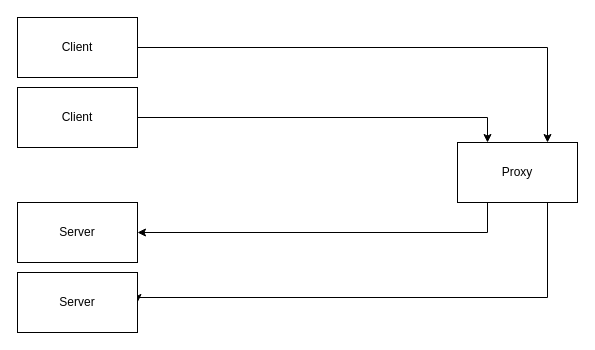
Earlier version of the draw.io diagram page "proxy-bad-placement" (2 of 6) of blog/raw/kube-proxy-without-k8s/assets/diagrams.drawio (DavidVentura/blog). Source tidied: cells renumbered, new cells numbered last; positions are measured from the earlier drawing's top-left corner, leaving out a move shared by most shapes. Both pictures are drawn from the tidied source at 100%, with x=0, y=0 at pixel (17, 17).
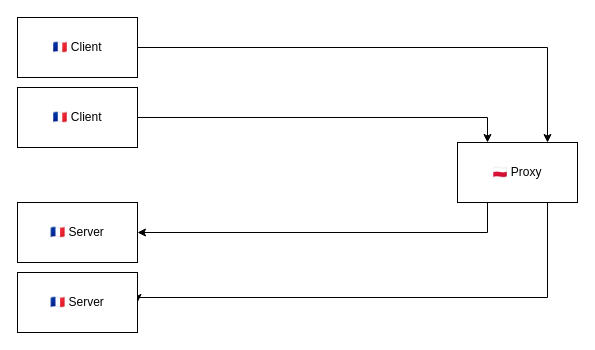
After the change.

What changed in the source:
```diff
@@
 <mxGraphModel>
   <root>
     <mxCell id="0" />
     <mxCell id="1" parent="0" />
     <mxCell id="2" style="edgeStyle=orthogonalEdgeStyle;rounded=0;jettySize=auto;html=1;entryX=1;entryY=0.5;entryDx=0;entryDy=0;exitX=0.25;exitY=1;exitDx=0;exitDy=0;" parent="1" edge="1" source="4" target="9">
       <mxGeometry relative="1" as="geometry" />
     </mxCell>
     <mxCell id="3" style="edgeStyle=orthogonalEdgeStyle;rounded=0;jettySize=auto;html=1;entryX=1;entryY=0.5;entryDx=0;entryDy=0;" parent="1" edge="1" source="4" target="6">
       <mxGeometry relative="1" as="geometry">
         <Array as="points">
           <mxPoint x="530" y="280" />
           <mxPoint x="120" y="280" />
         </Array>
       </mxGeometry>
     </mxCell>
-    <mxCell id="4" value="Proxy" style="rounded=0;whiteSpace=wrap;html=1;" parent="1" vertex="1">
+    <mxCell id="4" value="🇵🇱 Proxy" style="rounded=0;whiteSpace=wrap;html=1;" parent="1" vertex="1">
       <mxGeometry x="440" y="125" width="120" height="60" as="geometry" />
     </mxCell>
     <mxCell id="5" style="group;" parent="1" vertex="1">
       <mxGeometry y="20" width="120" height="270" as="geometry" />
     </mxCell>
-    <mxCell id="6" value="Server" style="rounded=0;whiteSpace=wrap;html=1;" parent="5" vertex="1">
+    <mxCell id="6" value="🇫🇷 Server" style="rounded=0;whiteSpace=wrap;html=1;" parent="5" vertex="1">
       <mxGeometry y="235" width="120" height="60" as="geometry" />
     </mxCell>
-    <mxCell id="7" value="Client" style="rounded=0;whiteSpace=wrap;html=1;" parent="5" vertex="1">
+    <mxCell id="7" value="🇫🇷 Client" style="rounded=0;whiteSpace=wrap;html=1;" parent="5" vertex="1">
       <mxGeometry y="50" width="120" height="60" as="geometry" />
     </mxCell>
-    <mxCell id="8" value="Client" style="rounded=0;whiteSpace=wrap;html=1;" parent="5" vertex="1">
+    <mxCell id="8" value="🇫🇷 Client" style="rounded=0;whiteSpace=wrap;html=1;" parent="5" vertex="1">
       <mxGeometry y="-20" width="120" height="60" as="geometry" />
     </mxCell>
-    <mxCell id="9" value="Server" style="rounded=0;whiteSpace=wrap;html=1;" parent="5" vertex="1">
+    <mxCell id="9" value="🇫🇷 Server" style="rounded=0;whiteSpace=wrap;html=1;" parent="5" vertex="1">
       <mxGeometry y="165" width="120" height="60" as="geometry" />
     </mxCell>
     <mxCell id="10" style="edgeStyle=orthogonalEdgeStyle;rounded=0;jettySize=auto;html=1;entryX=0.25;entryY=0;entryDx=0;entryDy=0;" parent="1" edge="1" source="7" target="4">
       <mxGeometry relative="1" as="geometry" />
     </mxCell>
     <mxCell id="11" style="edgeStyle=orthogonalEdgeStyle;rounded=0;jettySize=auto;html=1;entryX=0.75;entryY=0;entryDx=0;entryDy=0;" parent="1" edge="1" source="8" target="4">
       <mxGeometry relative="1" as="geometry" />
     </mxCell>
   </root>
 </mxGraphModel>
```
